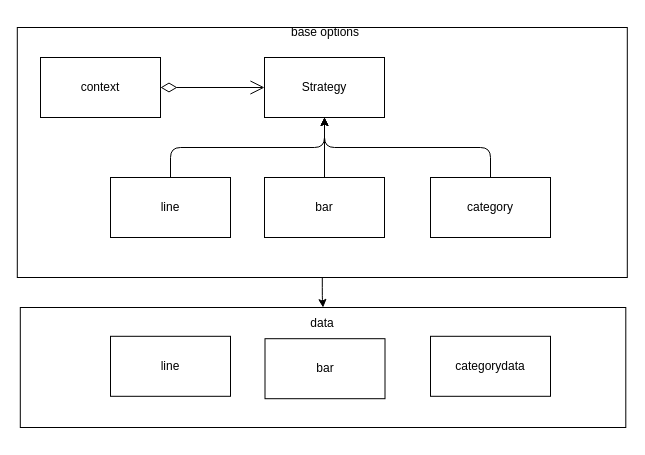
The draw.io diagram proxy.drawio in NgChiKin/diagrams-uml, before the edit. Source tidied: cells renumbered, new cells numbered last; positions are measured from the earlier drawing's top-left corner, leaving out a move shared by most shapes. Both pictures are drawn from the tidied source at 100%, with x=0, y=0 at pixel (17, 17).
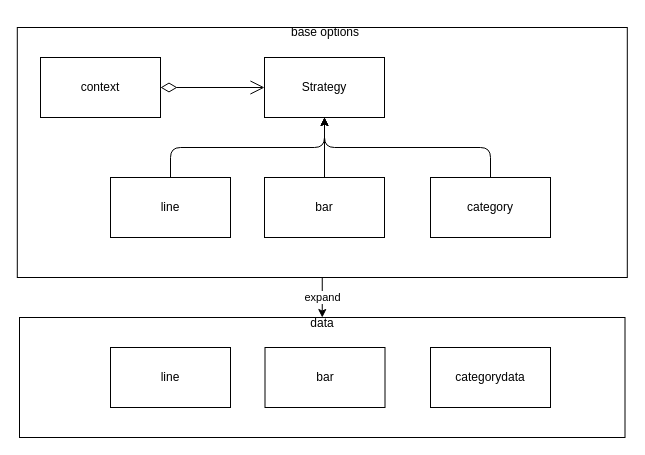
After the change.

Diff of the diagram source:
```diff
@@
 <mxGraphModel>
   <root>
     <mxCell id="0" />
     <mxCell id="1" parent="0" />
-    <mxCell id="2" style="edgeStyle=orthogonalEdgeStyle;rounded=1;sketch=0;jettySize=auto;html=1;entryX=0.5;entryY=0;entryDx=0;entryDy=0;shadow=0;strokeColor=default;" parent="1" edge="1" source="3" target="14">
+    <mxCell id="2" value="expand" style="edgeStyle=orthogonalEdgeStyle;rounded=1;sketch=0;jettySize=auto;html=1;entryX=0.5;entryY=0;entryDx=0;entryDy=0;shadow=0;strokeColor=default;" parent="1" edge="1" source="3" target="14">
       <mxGeometry relative="1" as="geometry" />
     </mxCell>
     <mxCell id="3" style="rounded=0;whiteSpace=wrap;html=1;fillColor=none;gradientColor=none;" parent="1" vertex="1">
       <mxGeometry x="-0.2" y="10" width="610" height="250" as="geometry" />
     </mxCell>
     <mxCell id="4" value="context" style="rounded=0;whiteSpace=wrap;html=1;fillColor=none;gradientColor=none;" parent="1" vertex="1">
       <mxGeometry x="23" y="40" width="120" height="60" as="geometry" />
     </mxCell>
     <mxCell id="5" value="Strategy" style="rounded=0;whiteSpace=wrap;html=1;fillColor=none;gradientColor=none;" parent="1" vertex="1">
       <mxGeometry x="247" y="40" width="120" height="60" as="geometry" />
     </mxCell>
     <mxCell id="6" style="edgeStyle=orthogonalEdgeStyle;rounded=1;sketch=0;jettySize=auto;html=1;exitX=0.5;exitY=0;exitDx=0;exitDy=0;entryX=0.5;entryY=1;entryDx=0;entryDy=0;shadow=0;strokeColor=default;" parent="1" edge="1" source="7" target="5">
       <mxGeometry relative="1" as="geometry" />
     </mxCell>
     <mxCell id="7" value="line" style="rounded=0;whiteSpace=wrap;html=1;fillColor=none;gradientColor=none;" parent="1" vertex="1">
       <mxGeometry x="93" y="160" width="120" height="60" as="geometry" />
     </mxCell>
     <mxCell id="8" style="edgeStyle=orthogonalEdgeStyle;rounded=1;sketch=0;jettySize=auto;html=1;entryX=0.5;entryY=1;entryDx=0;entryDy=0;shadow=0;strokeColor=default;" parent="1" edge="1" source="9" target="5">
       <mxGeometry relative="1" as="geometry" />
     </mxCell>
     <mxCell id="9" value="bar" style="rounded=0;whiteSpace=wrap;html=1;fillColor=none;gradientColor=none;" parent="1" vertex="1">
       <mxGeometry x="247" y="160" width="120" height="60" as="geometry" />
     </mxCell>
     <mxCell id="10" style="edgeStyle=orthogonalEdgeStyle;rounded=1;sketch=0;jettySize=auto;html=1;exitX=0.5;exitY=0;exitDx=0;exitDy=0;entryX=0.5;entryY=1;entryDx=0;entryDy=0;shadow=0;strokeColor=default;" parent="1" edge="1" source="11" target="5">
       <mxGeometry relative="1" as="geometry" />
     </mxCell>
     <mxCell id="11" value="category" style="rounded=0;whiteSpace=wrap;html=1;fillColor=none;gradientColor=none;" parent="1" vertex="1">
       <mxGeometry x="413" y="160" width="120" height="60" as="geometry" />
     </mxCell>
     <mxCell id="12" style="endArrow=open;html=1;endSize=12;startArrow=diamondThin;startSize=14;startFill=0;edgeStyle=orthogonalEdgeStyle;rounded=1;shadow=0;sketch=0;strokeColor=default;entryX=0;entryY=0.5;entryDx=0;entryDy=0;exitX=1;exitY=0.5;exitDx=0;exitDy=0;" parent="1" edge="1" source="4" target="5">
       <mxGeometry relative="1" as="geometry" />
     </mxCell>
     <mxCell id="13" value="base options" style="text;html=1;strokeColor=none;fillColor=none;align=center;verticalAlign=middle;whiteSpace=wrap;rounded=0;" parent="1" vertex="1">
       <mxGeometry x="254.5" width="106" height="30" as="geometry" />
     </mxCell>
     <mxCell id="14" style="rounded=0;whiteSpace=wrap;html=1;fillColor=none;strokeColor=default;" parent="1" vertex="1">
-      <mxGeometry x="2.8" y="290" width="605.5" height="120" as="geometry" />
+      <mxGeometry x="2" y="300" width="605.5" height="120" as="geometry" />
     </mxCell>
     <mxCell id="15" value="&lt;span&gt;categorydata&lt;/span&gt;" style="rounded=0;whiteSpace=wrap;html=1;strokeColor=default;fillColor=none;gradientColor=none;" parent="1" vertex="1">
-      <mxGeometry x="413" y="318.8" width="120" height="60" as="geometry" />
+      <mxGeometry x="413" y="330" width="120" height="60" as="geometry" />
     </mxCell>
     <mxCell id="16" value="&lt;span&gt;line&lt;/span&gt;" style="rounded=0;whiteSpace=wrap;html=1;strokeColor=default;fillColor=none;gradientColor=none;" parent="1" vertex="1">
-      <mxGeometry x="93" y="318.8" width="120" height="60" as="geometry" />
+      <mxGeometry x="93" y="330" width="120" height="60" as="geometry" />
     </mxCell>
     <mxCell id="17" value="&lt;span&gt;bar&lt;/span&gt;" style="rounded=0;whiteSpace=wrap;html=1;strokeColor=default;fillColor=none;gradientColor=none;" parent="1" vertex="1">
-      <mxGeometry x="247.5" y="321.2" width="120" height="60" as="geometry" />
+      <mxGeometry x="247.5" y="330" width="120" height="60" as="geometry" />
     </mxCell>
     <mxCell id="18" value="data" style="text;html=1;strokeColor=none;fillColor=none;align=center;verticalAlign=middle;whiteSpace=wrap;rounded=0;" parent="1" vertex="1">
       <mxGeometry x="274.8" y="291.2" width="60" height="30" as="geometry" />
     </mxCell>
   </root>
 </mxGraphModel>
```
